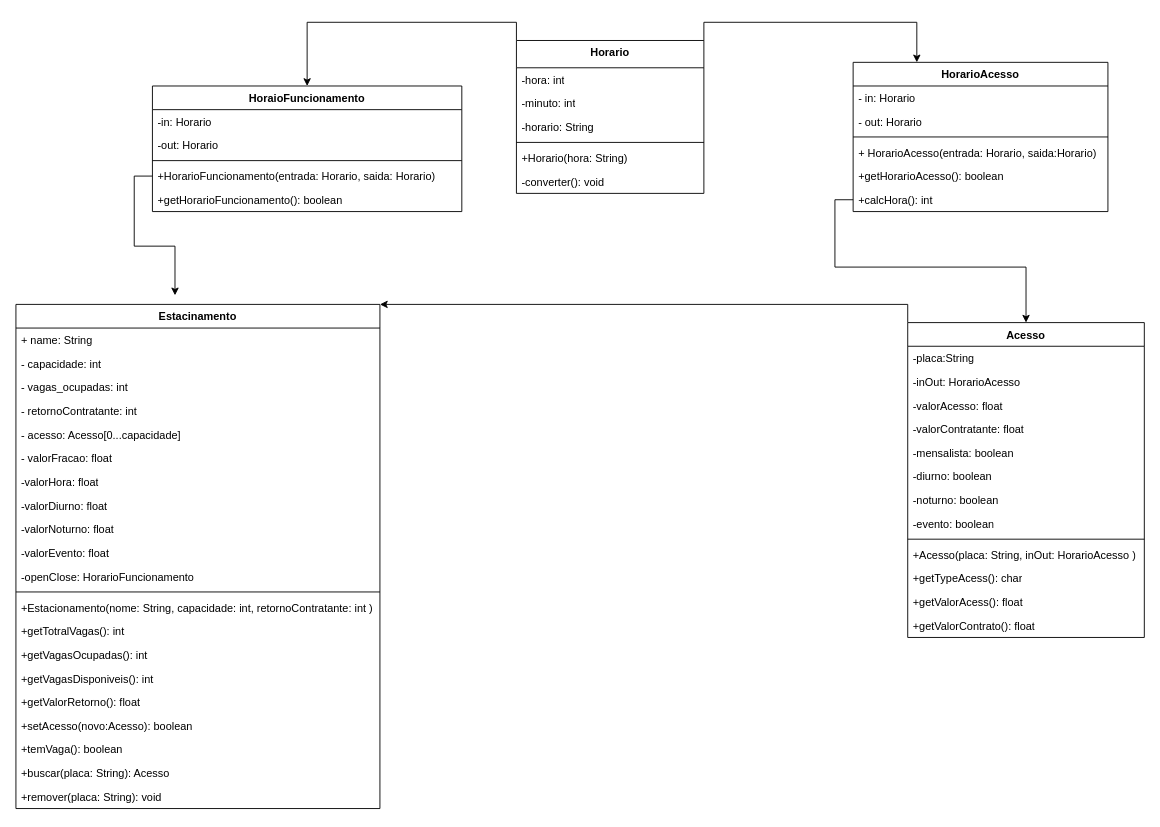
Earlier version of the draw.io diagram TP/Class_Diagram.drawio (Pedronosrins/OO). Source tidied: cells renumbered, new cells numbered last; positions are measured from the earlier drawing's top-left corner, leaving out a move shared by most shapes. Both pictures are drawn from the tidied source at 91%, with x=0, y=0 at pixel (15, 40).
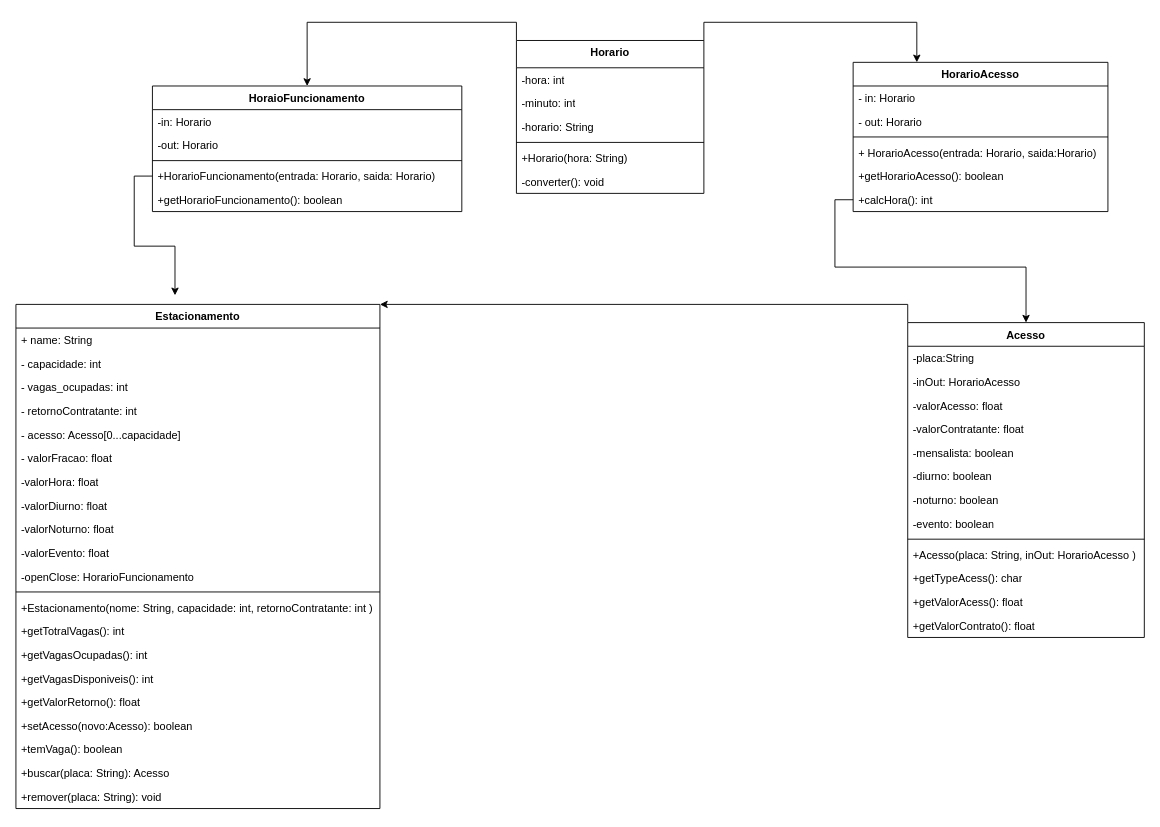
After the change.

What changed in the source:
```diff
@@
-    <mxCell id="2" value="Estacinamento" style="swimlane;fontStyle=1;align=center;verticalAlign=top;horizontal=1;startSize=26;whiteSpace=wrap;html=1;" parent="1" vertex="1">
+    <mxCell id="2" value="Estacionamento" style="swimlane;fontStyle=1;align=center;verticalAlign=top;horizontal=1;startSize=26;whiteSpace=wrap;html=1;" parent="1" vertex="1">
       <mxGeometry y="290" width="400" height="554" as="geometry" />
     </mxCell>
```
